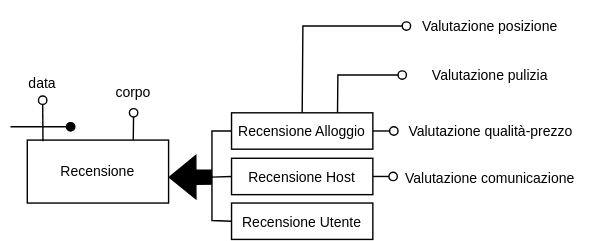
Before: latex/resources/svg/page7.svg, a diagram exported from draw.io (eduardz1/Home-Booking). Source tidied: cells renumbered, new cells last; positions are measured from the earlier drawing's top-left corner, leaving out a move shared by most shapes. The source it was exported from:
```xml
<mxGraphModel>
  <root>
    <mxCell id="0" />
    <mxCell id="1" parent="0" />
    <mxCell id="2" value="&lt;font style=&quot;font-size: 10px&quot;&gt;Recensione&lt;/font&gt;" style="rounded=0;whiteSpace=wrap;html=1;fontSize=10;" parent="1" vertex="1">
      <mxGeometry x="19" y="99.5" width="101" height="45" as="geometry" />
    </mxCell>
    <mxCell id="3" value="&lt;font style=&quot;font-size: 10px&quot;&gt;Recensione Alloggio&lt;/font&gt;" style="rounded=0;whiteSpace=wrap;html=1;fontSize=10;" parent="1" vertex="1">
      <mxGeometry x="165" y="80" width="101" height="26" as="geometry" />
    </mxCell>
    <mxCell id="4" value="&lt;font style=&quot;font-size: 10px&quot;&gt;Recensione Utente&lt;/font&gt;" style="rounded=0;whiteSpace=wrap;html=1;fontSize=10;" parent="1" vertex="1">
      <mxGeometry x="165" y="144.5" width="101" height="26" as="geometry" />
    </mxCell>
    <mxCell id="5" style="endArrow=none;html=1;rounded=0;align=center;verticalAlign=top;endFill=0;labelBackgroundColor=none;endSize=6;startArrow=oval;startFill=0;fontSize=10;exitX=0.5;exitY=1;exitDx=0;exitDy=0;entryX=0.75;entryY=0;entryDx=0;entryDy=0;" parent="1" edge="1" source="17" target="2">
      <mxGeometry relative="1" as="geometry" />
    </mxCell>
    <mxCell id="6" style="endArrow=none;html=1;rounded=0;align=center;verticalAlign=top;endFill=0;labelBackgroundColor=none;endSize=6;startArrow=oval;startFill=0;fontSize=10;entryX=0.111;entryY=0.017;entryDx=0;entryDy=0;entryPerimeter=0;exitX=0.5;exitY=1;exitDx=0;exitDy=0;" parent="1" edge="1" source="18" target="2">
      <mxGeometry relative="1" as="geometry" />
    </mxCell>
    <mxCell id="7" value="&lt;font style=&quot;font-size: 10px&quot;&gt;Recensione Host&lt;/font&gt;" style="rounded=0;whiteSpace=wrap;html=1;fontSize=10;" parent="1" vertex="1">
      <mxGeometry x="165" y="112.5" width="101" height="26" as="geometry" />
    </mxCell>
    <mxCell id="8" style="endArrow=none;html=1;rounded=0;align=center;verticalAlign=top;endFill=0;labelBackgroundColor=none;endSize=6;startArrow=oval;startFill=0;fontSize=10;entryX=0.75;entryY=0;entryDx=0;entryDy=0;exitX=0;exitY=0.5;exitDx=0;exitDy=0;" parent="1" edge="1" source="10" target="3">
      <mxGeometry relative="1" as="geometry">
        <Array as="points">
          <mxPoint x="241" y="53" />
        </Array>
      </mxGeometry>
    </mxCell>
    <mxCell id="9" style="group;rounded=0;fontSize=10;" parent="1" vertex="1">
      <mxGeometry x="287" y="36" width="126" height="30" as="geometry" />
    </mxCell>
    <mxCell id="10" value="Valutazione pulizia" style="text;html=1;strokeColor=none;fillColor=none;align=center;verticalAlign=middle;whiteSpace=wrap;rounded=0;labelBackgroundColor=none;labelBorderColor=none;fontSize=10;" parent="9" vertex="1">
      <mxGeometry width="126" height="34" as="geometry" />
    </mxCell>
    <mxCell id="11" style="endArrow=none;html=1;rounded=0;align=center;verticalAlign=top;endFill=0;labelBackgroundColor=none;endSize=6;startArrow=oval;startFill=0;fontSize=10;entryX=0.5;entryY=0;entryDx=0;entryDy=0;exitX=0;exitY=0.5;exitDx=0;exitDy=0;" parent="1" edge="1" source="14" target="3">
      <mxGeometry relative="1" as="geometry">
        <Array as="points">
          <mxPoint x="216" y="18" />
        </Array>
      </mxGeometry>
    </mxCell>
    <mxCell id="12" style="endArrow=none;html=1;rounded=0;align=center;verticalAlign=top;endFill=0;labelBackgroundColor=none;endSize=6;startArrow=oval;startFill=0;fontSize=10;entryX=1;entryY=0.5;entryDx=0;entryDy=0;exitX=0;exitY=0.5;exitDx=0;exitDy=0;" parent="1" edge="1" source="13" target="3">
      <mxGeometry relative="1" as="geometry" />
    </mxCell>
    <mxCell id="13" value="Valutazione qualità-prezzo" style="text;html=1;strokeColor=none;fillColor=none;align=center;verticalAlign=middle;whiteSpace=wrap;rounded=0;labelBackgroundColor=none;labelBorderColor=none;fontSize=10;" parent="1" vertex="1">
      <mxGeometry x="281" y="78" width="139" height="30" as="geometry" />
    </mxCell>
    <mxCell id="14" value="Valutazione posizione" style="text;html=1;strokeColor=none;fillColor=none;align=center;verticalAlign=middle;whiteSpace=wrap;rounded=0;labelBackgroundColor=none;labelBorderColor=none;fontSize=10;" parent="1" vertex="1">
      <mxGeometry x="290" width="120" height="36" as="geometry" />
    </mxCell>
    <mxCell id="15" style="endArrow=none;html=1;rounded=0;align=center;verticalAlign=top;endFill=0;labelBackgroundColor=none;endSize=6;startArrow=oval;startFill=0;fontSize=10;entryX=1;entryY=0.5;entryDx=0;entryDy=0;exitX=0;exitY=0.5;exitDx=0;exitDy=0;" parent="1" edge="1" target="7">
      <mxGeometry relative="1" as="geometry">
        <mxPoint x="280.5" y="125.5" as="sourcePoint" />
      </mxGeometry>
    </mxCell>
    <mxCell id="16" value="Valutazione comunicazione" style="text;html=1;strokeColor=none;fillColor=none;align=center;verticalAlign=middle;whiteSpace=wrap;rounded=0;fontSize=10;" parent="1" vertex="1">
      <mxGeometry x="280" y="112.5" width="140" height="28" as="geometry" />
    </mxCell>
    <mxCell id="17" value="corpo" style="text;html=1;strokeColor=none;fillColor=none;align=center;verticalAlign=middle;whiteSpace=wrap;rounded=0;fontSize=10;" parent="1" vertex="1">
      <mxGeometry x="65" y="50" width="60" height="30" as="geometry" />
    </mxCell>
    <mxCell id="18" value="data" style="text;html=1;strokeColor=none;fillColor=none;align=center;verticalAlign=middle;whiteSpace=wrap;rounded=0;fontSize=10;" parent="1" vertex="1">
      <mxGeometry y="46" width="60" height="25" as="geometry" />
    </mxCell>
    <mxCell id="19" style="endArrow=none;html=1;rounded=0;align=center;verticalAlign=top;endFill=0;labelBackgroundColor=none;endSize=6;startArrow=oval;startFill=1;fontSize=10;fillColor=none;" parent="1" edge="1">
      <mxGeometry relative="1" as="geometry">
        <mxPoint x="50" y="90" as="sourcePoint" />
        <mxPoint x="7" y="90" as="targetPoint" />
      </mxGeometry>
    </mxCell>
    <mxCell id="20" style="endArrow=none;html=1;rounded=0;entryX=0;entryY=0.5;entryDx=0;entryDy=0;" parent="1" edge="1" target="7">
      <mxGeometry relative="1" as="geometry">
        <mxPoint x="151" y="126" as="sourcePoint" />
      </mxGeometry>
    </mxCell>
    <mxCell id="21" style="endArrow=none;html=1;rounded=0;entryX=0;entryY=0.5;entryDx=0;entryDy=0;" parent="1" edge="1" target="3">
      <mxGeometry relative="1" as="geometry">
        <mxPoint x="151" y="126" as="sourcePoint" />
        <Array as="points">
          <mxPoint x="151" y="93" />
        </Array>
      </mxGeometry>
    </mxCell>
    <mxCell id="22" style="endArrow=none;html=1;rounded=0;entryX=0;entryY=0.5;entryDx=0;entryDy=0;" parent="1" edge="1" target="4">
      <mxGeometry relative="1" as="geometry">
        <mxPoint x="151" y="125" as="sourcePoint" />
        <Array as="points">
          <mxPoint x="151" y="157" />
        </Array>
      </mxGeometry>
    </mxCell>
    <mxCell id="23" style="shape=flexArrow;endArrow=classic;html=1;rounded=0;entryX=1;entryY=0.59;entryDx=0;entryDy=0;entryPerimeter=0;fillColor=#000000;" parent="1" edge="1" target="2">
      <mxGeometry relative="1" as="geometry">
        <mxPoint x="151" y="126" as="sourcePoint" />
      </mxGeometry>
    </mxCell>
  </root>
</mxGraphModel>
```
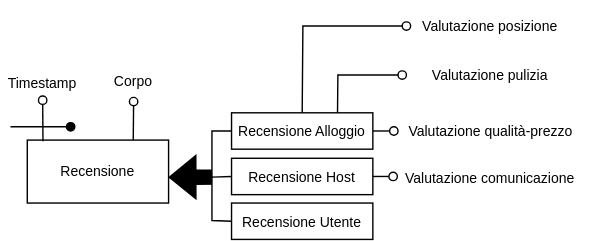
After the commit.

Diff of the diagram source:
```diff
@@ -57,10 +57,10 @@
     <mxCell id="16" value="Valutazione comunicazione" style="text;html=1;strokeColor=none;fillColor=none;align=center;verticalAlign=middle;whiteSpace=wrap;rounded=0;fontSize=10;" parent="1" vertex="1">
       <mxGeometry x="280" y="112.5" width="140" height="28" as="geometry" />
     </mxCell>
-    <mxCell id="17" value="corpo" style="text;html=1;strokeColor=none;fillColor=none;align=center;verticalAlign=middle;whiteSpace=wrap;rounded=0;fontSize=10;" parent="1" vertex="1">
-      <mxGeometry x="65" y="50" width="60" height="30" as="geometry" />
+    <mxCell id="17" value="Corpo" style="text;html=1;strokeColor=none;fillColor=none;align=center;verticalAlign=middle;whiteSpace=wrap;rounded=0;fontSize=10;" parent="1" vertex="1">
+      <mxGeometry x="65" y="42" width="60" height="30" as="geometry" />
     </mxCell>
-    <mxCell id="18" value="data" style="text;html=1;strokeColor=none;fillColor=none;align=center;verticalAlign=middle;whiteSpace=wrap;rounded=0;fontSize=10;" parent="1" vertex="1">
+    <mxCell id="18" value="Timestamp" style="text;html=1;strokeColor=none;fillColor=none;align=center;verticalAlign=middle;whiteSpace=wrap;rounded=0;fontSize=10;" parent="1" vertex="1">
       <mxGeometry y="46" width="60" height="25" as="geometry" />
     </mxCell>
     <mxCell id="19" style="endArrow=none;html=1;rounded=0;align=center;verticalAlign=top;endFill=0;labelBackgroundColor=none;endSize=6;startArrow=oval;startFill=1;fontSize=10;fillColor=none;" parent="1" edge="1">
```
